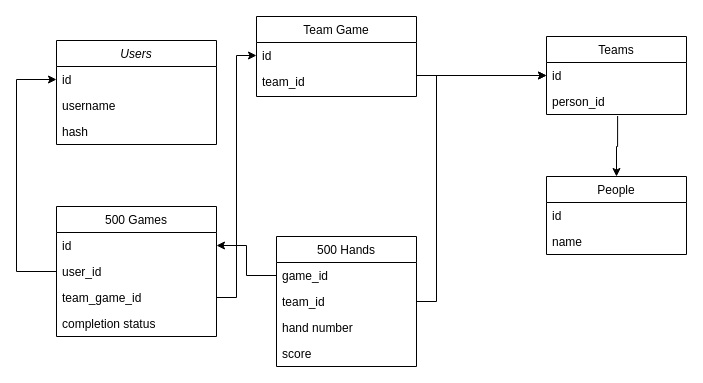
This is ScoreCard.drawio from danrkeith/scorecard, a draw.io file, before an edit. Source tidied: cells renumbered, new cells numbered last; positions are measured from the earlier drawing's top-left corner, leaving out a move shared by most shapes. Both pictures are drawn from the tidied source at 100%, with x=0, y=0 at pixel (16, 16).
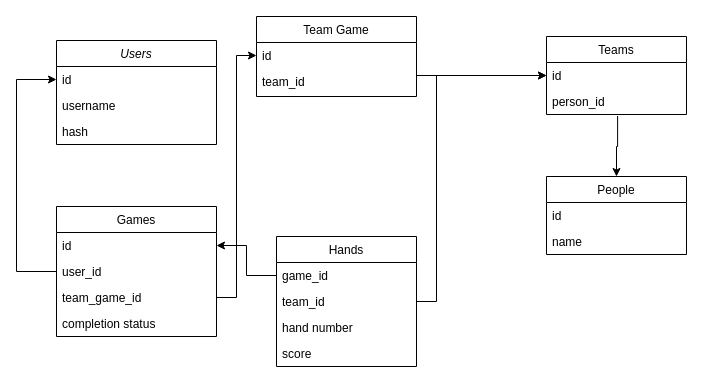
Above is the later version.

Change to the diagram source:
```diff
@@
-    <mxCell id="6" value="500 Games" style="swimlane;fontStyle=0;align=center;verticalAlign=top;horizontal=1;startSize=26;rounded=0;shadow=0;strokeWidth=1;" parent="1" vertex="1">
+    <mxCell id="6" value="Games" style="swimlane;fontStyle=0;align=center;verticalAlign=top;horizontal=1;startSize=26;rounded=0;shadow=0;strokeWidth=1;" parent="1" vertex="1">
       <mxGeometry x="40" y="190" width="160" height="130" as="geometry" />
     </mxCell>
@@
-    <mxCell id="18" value="500 Hands" style="swimlane;fontStyle=0;horizontal=1;startSize=26;" parent="1" vertex="1">
+    <mxCell id="18" value="Hands" style="swimlane;fontStyle=0;horizontal=1;startSize=26;" parent="1" vertex="1">
       <mxGeometry x="260" y="220" width="140" height="130" as="geometry" />
     </mxCell>
```
